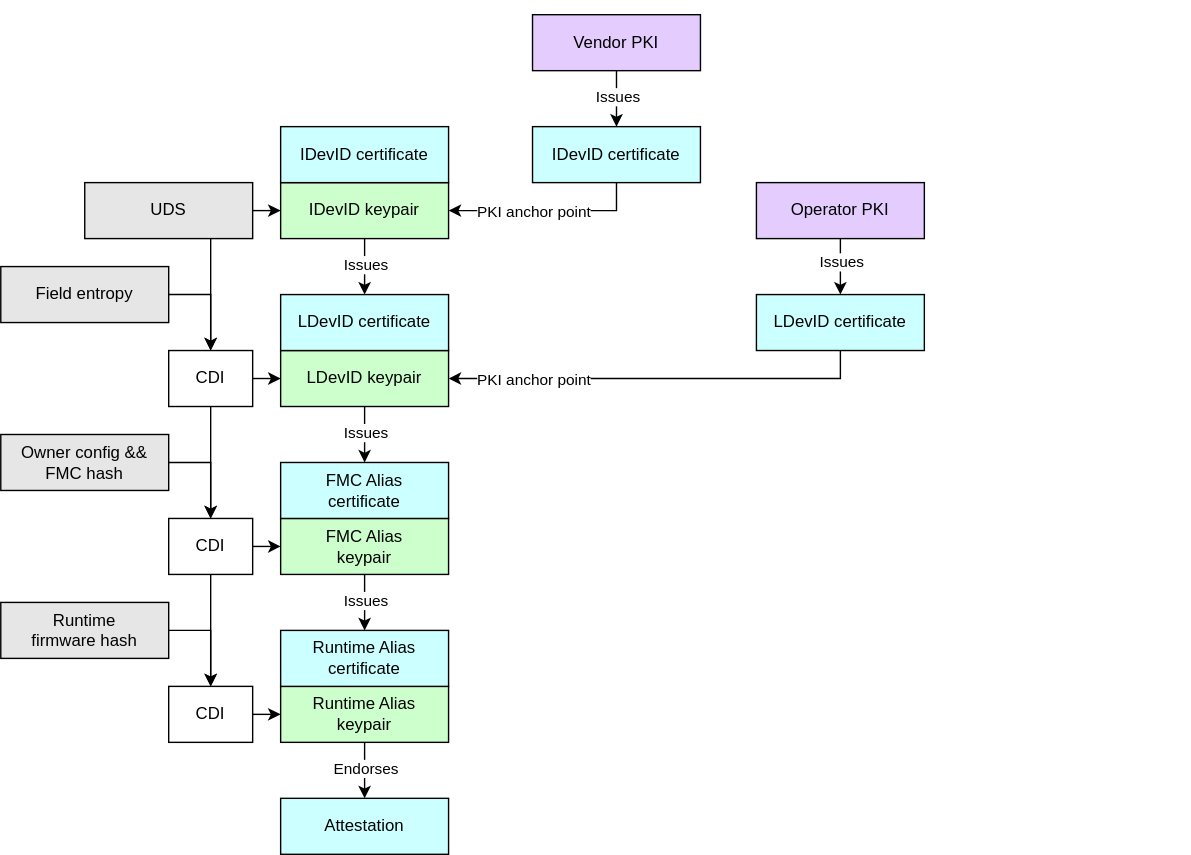
Before: specifications/device-identity-provisioning/diagrams/identity_key_derivation.drawio.svg, a diagram exported from draw.io (opencomputeproject/Security). Source tidied: cells renumbered, new cells last; positions are measured from the earlier drawing's top-left corner, leaving out a move shared by most shapes.
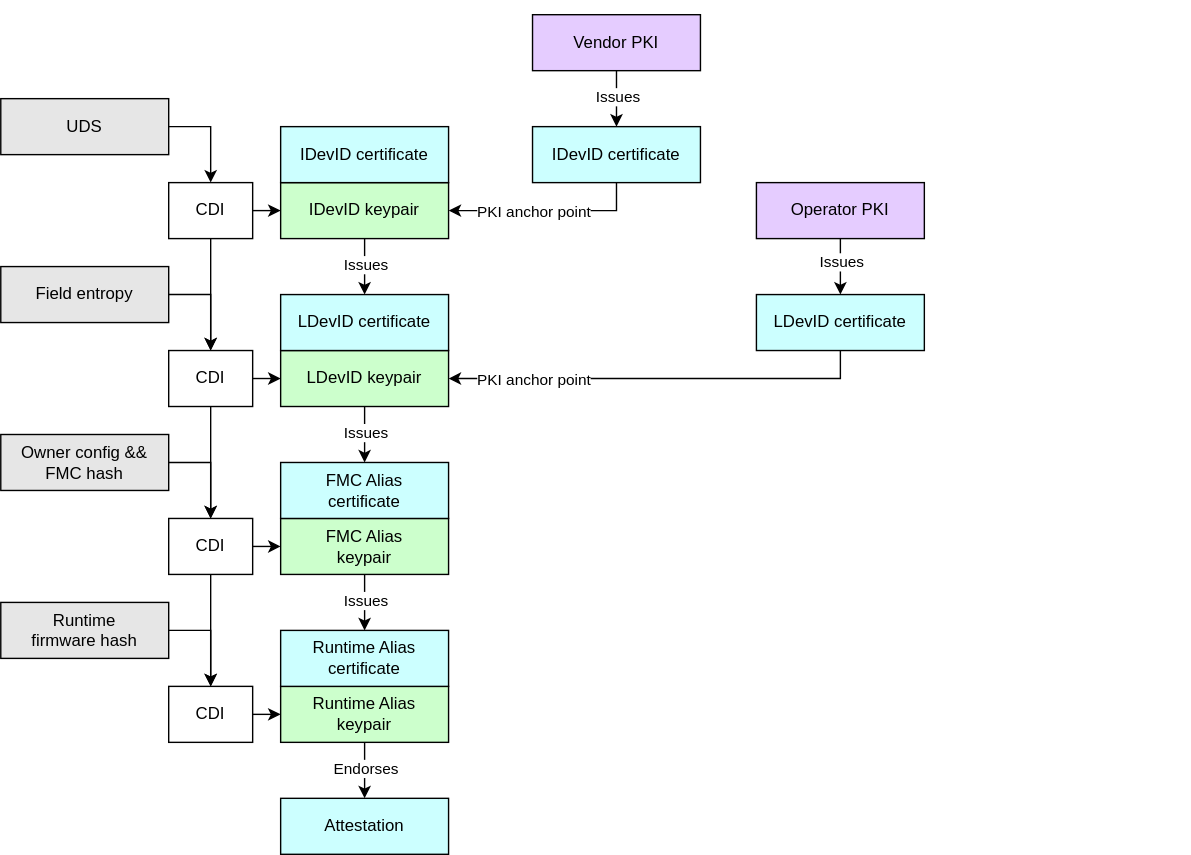
After the change.

What changed in the source:
```diff
@@ -64,15 +64,12 @@
     <mxCell id="19" style="rounded=0;whiteSpace=wrap;html=1;align=center;verticalAlign=middle;shadow=0;glass=0;spacingLeft=0;spacingBottom=0;spacingTop=0;fillColor=#FFFFFF;fontSize=10;strokeColor=#FFFFFF;" parent="1" vertex="1">
       <mxGeometry width="90" height="20" as="geometry" />
     </mxCell>
-    <mxCell id="20" style="edgeStyle=none;html=1;exitX=1;exitY=0.5;exitDx=0;exitDy=0;entryX=0;entryY=0.5;entryDx=0;entryDy=0;" parent="1" edge="1" source="22" target="12">
+    <mxCell id="20" style="edgeStyle=none;html=1;exitX=1;exitY=0.5;exitDx=0;exitDy=0;entryX=0;entryY=0.5;entryDx=0;entryDy=0;" parent="1" edge="1" source="51" target="12">
       <mxGeometry relative="1" as="geometry" />
     </mxCell>
-    <mxCell id="21" style="edgeStyle=none;html=1;exitX=0.75;exitY=1;exitDx=0;exitDy=0;entryX=0.5;entryY=0;entryDx=0;entryDy=0;" parent="1" edge="1" source="22" target="27">
+    <mxCell id="21" style="edgeStyle=none;html=1;exitX=0.5;exitY=1;exitDx=0;exitDy=0;entryX=0.5;entryY=0;entryDx=0;entryDy=0;" parent="1" edge="1" source="51" target="27">
       <mxGeometry relative="1" as="geometry" />
     </mxCell>
-    <mxCell id="22" value="&lt;div&gt;&lt;font color=&quot;#000000&quot;&gt;UDS&lt;/font&gt;&lt;/div&gt;" style="rounded=0;whiteSpace=wrap;html=1;align=center;verticalAlign=middle;shadow=0;glass=0;spacingLeft=0;spacingBottom=0;spacingTop=0;fillColor=#E6E6E6;" parent="1" vertex="1">
-      <mxGeometry x="60" y="130" width="120" height="40" as="geometry" />
-    </mxCell>
     <mxCell id="23" style="edgeStyle=orthogonalEdgeStyle;html=1;exitX=1;exitY=0.5;exitDx=0;exitDy=0;entryX=0.5;entryY=0;entryDx=0;entryDy=0;rounded=0;" parent="1" edge="1" source="24" target="27">
       <mxGeometry relative="1" as="geometry" />
     </mxCell>
@@ -160,5 +157,14 @@
     <mxCell id="49" style="rounded=0;whiteSpace=wrap;html=1;align=center;verticalAlign=middle;shadow=0;glass=0;spacingLeft=0;spacingBottom=0;spacingTop=0;fillColor=#FFFFFF;fontSize=10;strokeColor=#FFFFFF;" parent="1" vertex="1">
       <mxGeometry x="760" width="90" height="20" as="geometry" />
     </mxCell>
+    <mxCell id="50" style="edgeStyle=orthogonalEdgeStyle;html=1;exitX=1;exitY=0.5;exitDx=0;exitDy=0;entryX=0.5;entryY=0;entryDx=0;entryDy=0;rounded=0;" parent="1" edge="1" source="22" target="51">
+      <mxGeometry relative="1" as="geometry" />
+    </mxCell>
+    <mxCell id="22" value="&lt;div&gt;&lt;font color=&quot;#000000&quot;&gt;UDS&lt;/font&gt;&lt;/div&gt;" style="rounded=0;whiteSpace=wrap;html=1;align=center;verticalAlign=middle;shadow=0;glass=0;spacingLeft=0;spacingBottom=0;spacingTop=0;fillColor=#E6E6E6;" parent="1" vertex="1">
+      <mxGeometry y="70" width="120" height="40" as="geometry" />
+    </mxCell>
+    <mxCell id="51" value="CDI" style="rounded=0;whiteSpace=wrap;html=1;align=center;verticalAlign=middle;shadow=0;glass=0;spacingLeft=0;spacingBottom=0;spacingTop=0;fillColor=#FFFFFF;" parent="1" vertex="1">
+      <mxGeometry x="120" y="130" width="60" height="40" as="geometry" />
+    </mxCell>
   </root>
 </mxGraphModel>
```
